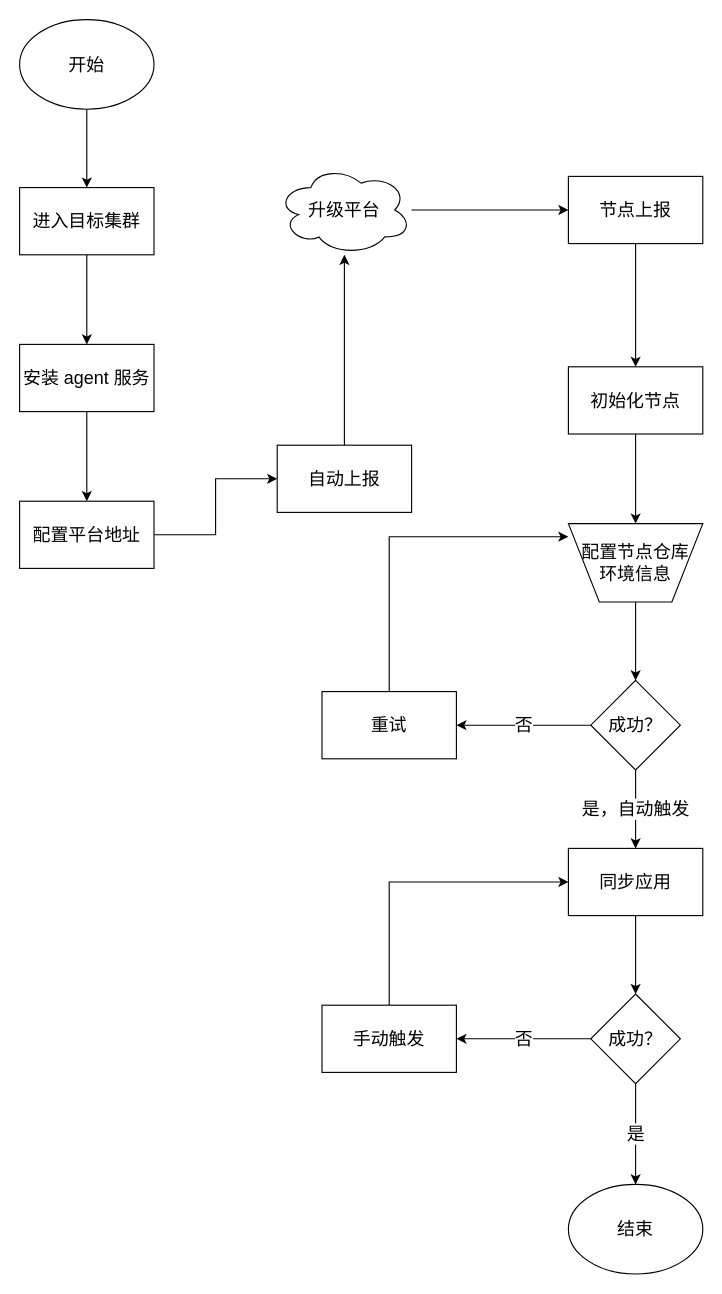
zhuoooo/doodles keeps this draw.io diagram as page "节点同步" (3 of 14) of devops/upgrade.drawio. Above is the earlier version. Source tidied: cells renumbered, new cells numbered last; positions are measured from the earlier drawing's top-left corner, leaving out a move shared by most shapes. Both pictures are drawn from the tidied source at 112%, with x=0, y=0 at pixel (19, 19).
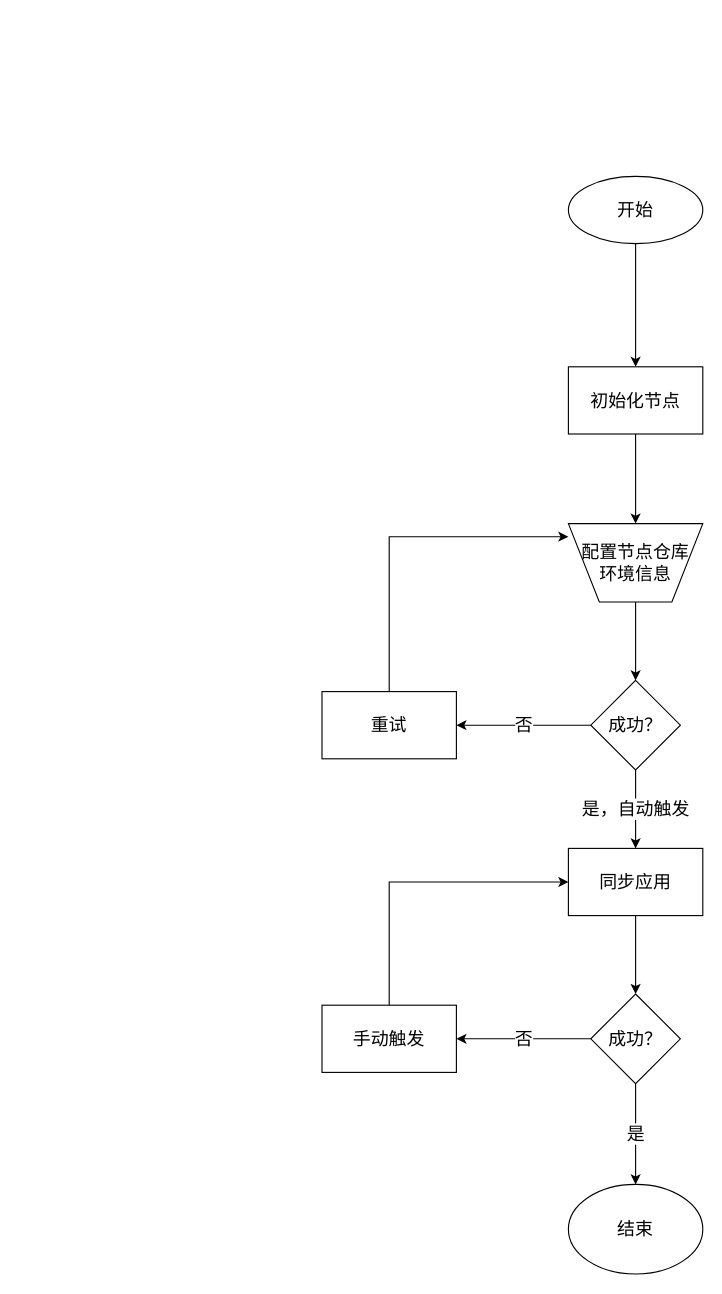
After the change.

Commit message:
updata: 升级平台概要流程

What changed in the source:
```diff
@@
-    <mxCell id="2" style="edgeStyle=orthogonalEdgeStyle;rounded=0;jettySize=auto;html=1;fontSize=16;" parent="1" edge="1" source="3" target="23">
-      <mxGeometry relative="1" as="geometry" />
-    </mxCell>
-    <mxCell id="3" value="开始" style="ellipse;whiteSpace=wrap;html=1;fontSize=16;" parent="1" vertex="1">
-      <mxGeometry width="120" height="80" as="geometry" />
-    </mxCell>
@@
-    <mxCell id="5" value="节点上报" style="rounded=0;whiteSpace=wrap;html=1;fontSize=16;" parent="1" vertex="1">
+    <mxCell id="5" value="开始" style="ellipse;whiteSpace=wrap;html=1;fontSize=16;rounded=0;" parent="1" vertex="1">
       <mxGeometry x="490" y="140" width="120" height="60" as="geometry" />
     </mxCell>
@@
-    <mxCell id="22" style="edgeStyle=orthogonalEdgeStyle;rounded=0;jettySize=auto;html=1;fontSize=16;" parent="1" edge="1" source="23" target="25">
-      <mxGeometry relative="1" as="geometry" />
-    </mxCell>
-    <mxCell id="23" value="进入目标集群" style="whiteSpace=wrap;html=1;fontSize=16;" parent="1" vertex="1">
-      <mxGeometry y="150" width="120" height="60" as="geometry" />
-    </mxCell>
-    <mxCell id="24" style="edgeStyle=orthogonalEdgeStyle;rounded=0;jettySize=auto;html=1;fontSize=16;" parent="1" edge="1" source="25" target="27">
-      <mxGeometry relative="1" as="geometry" />
-    </mxCell>
-    <mxCell id="25" value="安装 agent 服务" style="whiteSpace=wrap;html=1;fontSize=16;" parent="1" vertex="1">
-      <mxGeometry y="290" width="120" height="60" as="geometry" />
-    </mxCell>
-    <mxCell id="26" style="edgeStyle=orthogonalEdgeStyle;rounded=0;jettySize=auto;html=1;fontSize=16;" parent="1" edge="1" source="31" target="29">
-      <mxGeometry relative="1" as="geometry" />
-    </mxCell>
-    <mxCell id="27" value="配置平台地址" style="whiteSpace=wrap;html=1;fontSize=16;" parent="1" vertex="1">
-      <mxGeometry y="430" width="120" height="60" as="geometry" />
-    </mxCell>
-    <mxCell id="28" style="edgeStyle=orthogonalEdgeStyle;rounded=0;jettySize=auto;html=1;fontSize=16;" parent="1" edge="1" source="29" target="5">
-      <mxGeometry relative="1" as="geometry" />
-    </mxCell>
-    <mxCell id="29" value="升级平台" style="ellipse;shape=cloud;whiteSpace=wrap;html=1;fontSize=16;" parent="1" vertex="1">
-      <mxGeometry x="230" y="130" width="120" height="80" as="geometry" />
-    </mxCell>
-    <mxCell id="30" style="edgeStyle=orthogonalEdgeStyle;rounded=0;jettySize=auto;html=1;fontSize=16;" parent="1" edge="1" source="27" target="31">
-      <mxGeometry relative="1" as="geometry" />
-    </mxCell>
-    <mxCell id="31" value="自动上报" style="rounded=0;whiteSpace=wrap;html=1;fontSize=16;" parent="1" vertex="1">
-      <mxGeometry x="230" y="380" width="120" height="60" as="geometry" />
-    </mxCell>
```
